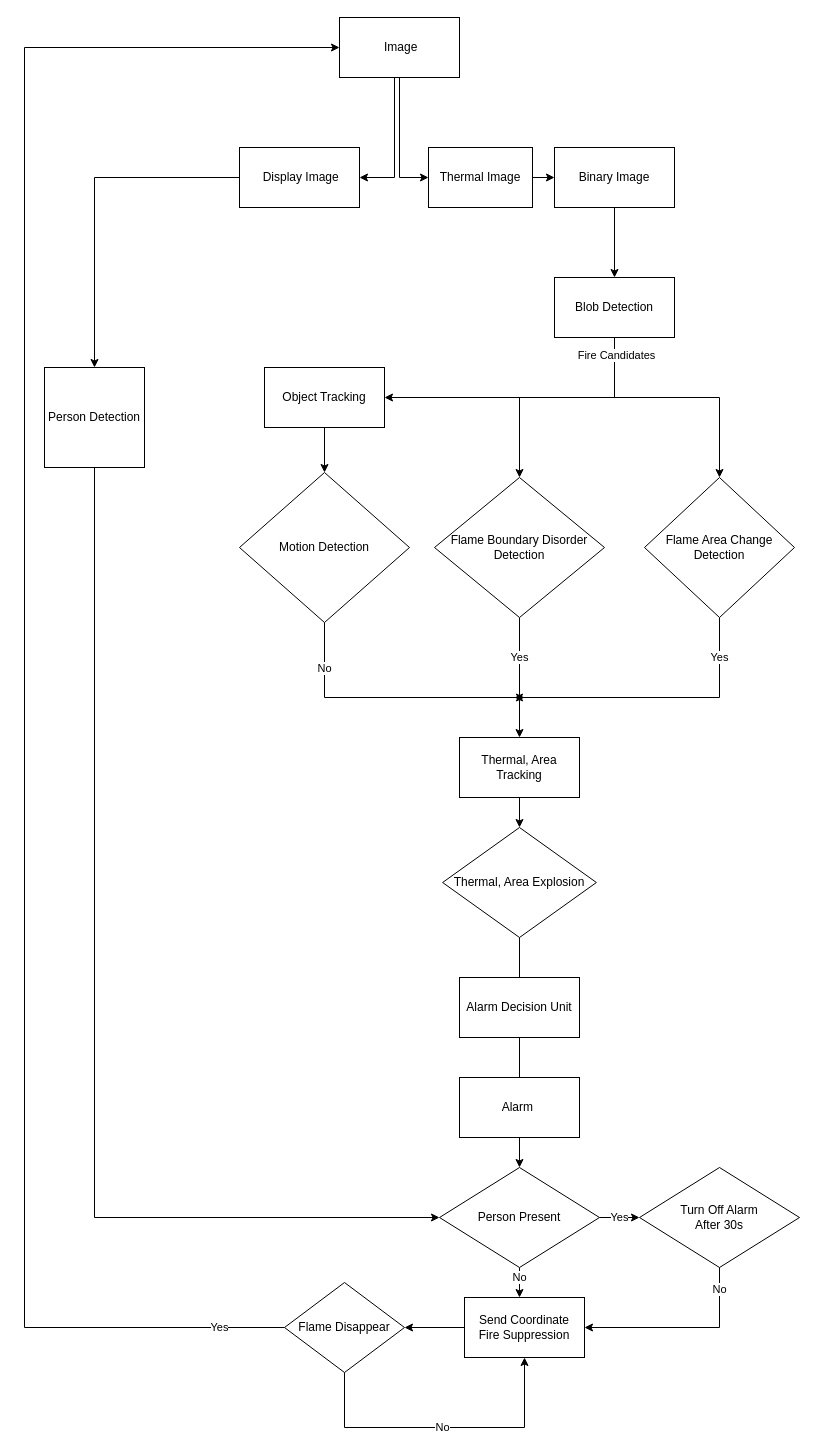
The draw.io diagram Untitled Diagram.drawio in ThanhHoang198/Product-Sorting-System-based-on-Colour-Sensor, before the edit. Source tidied: cells renumbered, new cells numbered last; positions are measured from the earlier drawing's top-left corner, leaving out a move shared by most shapes. Both pictures are drawn from the tidied source at 100%, with x=0, y=0 at pixel (24, 17).
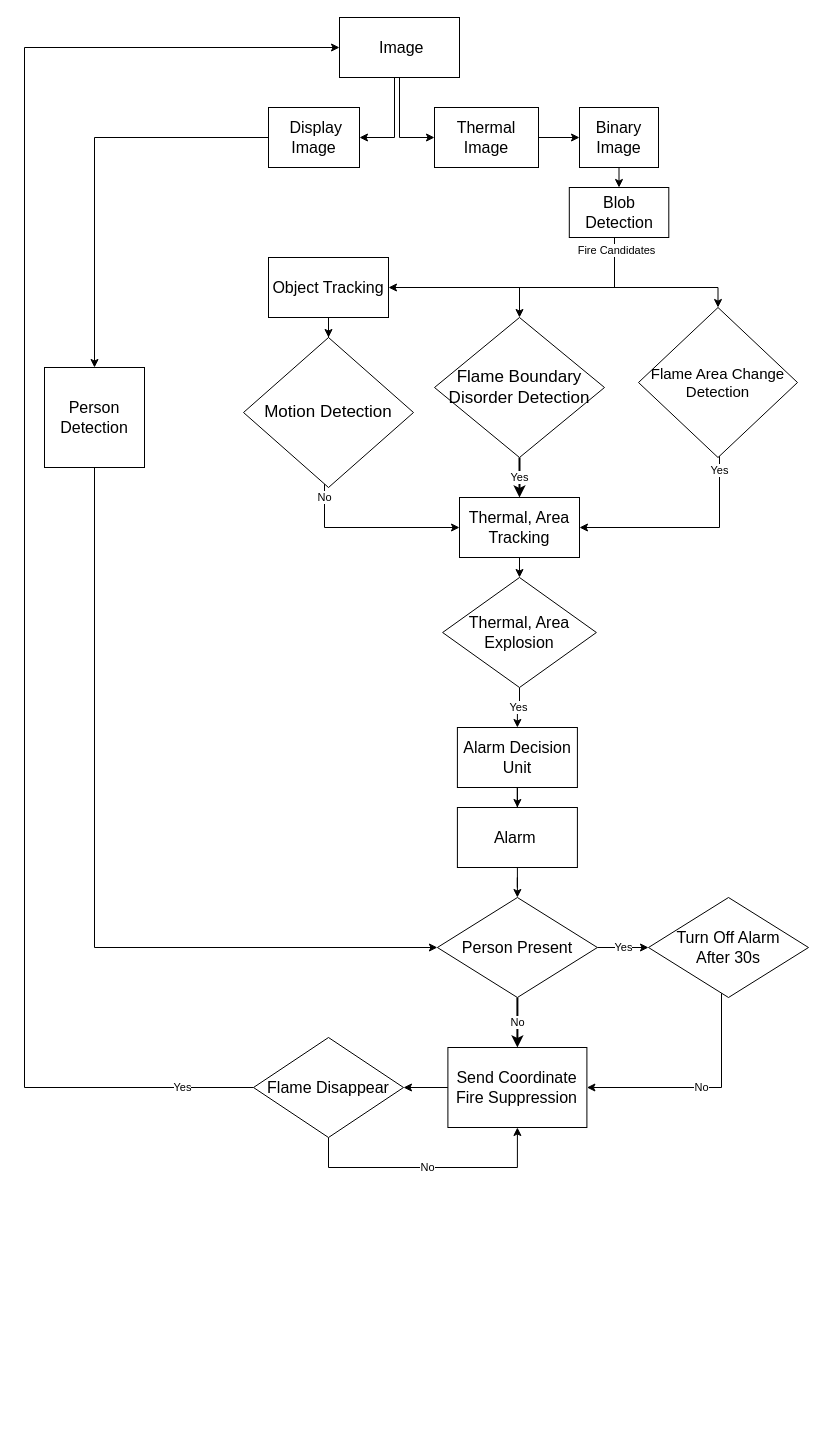
The same diagram, later.

What changed in the source:
```diff
@@
     <mxCell id="2" style="edgeStyle=orthogonalEdgeStyle;rounded=0;jettySize=auto;html=1;entryX=1;entryY=0.5;entryDx=0;entryDy=0;" parent="1" edge="1" source="4" target="38">
       <mxGeometry relative="1" as="geometry">
         <Array as="points">
-          <mxPoint x="370" y="160" />
+          <mxPoint x="370" y="120" />
         </Array>
       </mxGeometry>
     </mxCell>
@@
-    <mxCell id="4" value="&amp;nbsp;Image" style="rounded=0;whiteSpace=wrap;html=1;" parent="1" vertex="1">
+    <mxCell id="4" value="&lt;font style=&quot;font-size: 16px&quot;&gt;&amp;nbsp;Image&lt;/font&gt;" style="rounded=0;whiteSpace=wrap;html=1;" parent="1" vertex="1">
       <mxGeometry x="315" width="120" height="60" as="geometry" />
     </mxCell>
     <mxCell id="5" style="edgeStyle=orthogonalEdgeStyle;rounded=0;jettySize=auto;html=1;entryX=0;entryY=0.5;entryDx=0;entryDy=0;exitX=0.5;exitY=1;exitDx=0;exitDy=0;" parent="1" edge="1" source="28" target="25">
       <mxGeometry x="-0.88" relative="1" as="geometry">
         <Array as="points">
-          <mxPoint x="70" y="1200" />
+          <mxPoint x="70" y="930" />
         </Array>
       </mxGeometry>
     </mxCell>
     <mxCell id="6" style="edgeStyle=orthogonalEdgeStyle;rounded=0;jettySize=auto;html=1;" parent="1" edge="1" source="10" target="12">
       <mxGeometry relative="1" as="geometry">
         <Array as="points">
-          <mxPoint x="590" y="380" />
+          <mxPoint x="590" y="270" />
+          <mxPoint x="300" y="270" />
         </Array>
       </mxGeometry>
     </mxCell>
     <mxCell id="7" style="edgeStyle=orthogonalEdgeStyle;rounded=0;jettySize=auto;html=1;entryX=0.5;entryY=0;entryDx=0;entryDy=0;" parent="1" edge="1" source="10" target="14">
       <mxGeometry relative="1" as="geometry">
         <Array as="points">
-          <mxPoint x="590" y="380" />
-          <mxPoint x="495" y="380" />
+          <mxPoint x="590" y="270" />
+          <mxPoint x="495" y="270" />
         </Array>
       </mxGeometry>
     </mxCell>
     <mxCell id="8" style="edgeStyle=orthogonalEdgeStyle;rounded=0;jettySize=auto;html=1;entryX=0;entryY=0.5;entryDx=0;entryDy=0;" parent="1" edge="1" source="10" target="16">
       <mxGeometry relative="1" as="geometry">
         <Array as="points">
-          <mxPoint x="590" y="380" />
-          <mxPoint x="695" y="380" />
+          <mxPoint x="590" y="270" />
+          <mxPoint x="694" y="270" />
         </Array>
       </mxGeometry>
     </mxCell>
@@
-    <mxCell id="10" value="Blob Detection" style="rounded=0;whiteSpace=wrap;html=1;" parent="1" vertex="1">
-      <mxGeometry x="530" y="260" width="120" height="60" as="geometry" />
+    <mxCell id="10" value="&lt;font style=&quot;font-size: 16px&quot;&gt;Blob Detection&lt;/font&gt;" style="rounded=0;whiteSpace=wrap;html=1;strokeWidth=1;" parent="1" vertex="1">
+      <mxGeometry x="544.8" y="170" width="99.5" height="50" as="geometry" />
     </mxCell>
@@
-    <mxCell id="12" value="Object Tracking" style="rounded=0;whiteSpace=wrap;html=1;" parent="1" vertex="1">
-      <mxGeometry x="240" y="350" width="120" height="60" as="geometry" />
+    <mxCell id="12" value="&lt;font style=&quot;font-size: 16px&quot;&gt;Object Tracking&lt;/font&gt;" style="rounded=0;whiteSpace=wrap;html=1;" parent="1" vertex="1">
+      <mxGeometry x="244" y="240" width="120" height="60" as="geometry" />
     </mxCell>
-    <mxCell id="13" value="Yes" style="edgeStyle=orthogonalEdgeStyle;rounded=0;jettySize=auto;html=1;entryX=0.5;entryY=0;entryDx=0;entryDy=0;" parent="1" edge="1" source="14" target="20">
-      <mxGeometry x="-0.33" relative="1" as="geometry" />
-    </mxCell>
+    <mxCell id="43" value="Yes" style="edgeStyle=orthogonalEdgeStyle;rounded=0;jettySize=auto;html=1;strokeWidth=2;" parent="1" edge="1" source="14" target="20">
+      <mxGeometry relative="1" as="geometry" />
+    </mxCell>
-    <mxCell id="14" value="Flame Boundary Disorder Detection" style="rhombus;whiteSpace=wrap;html=1;" parent="1" vertex="1">
-      <mxGeometry x="410" y="460" width="170" height="140" as="geometry" />
+    <mxCell id="14" value="&lt;font style=&quot;font-size: 17px&quot;&gt;Flame Boundary Disorder Detection&lt;/font&gt;" style="rhombus;whiteSpace=wrap;html=1;strokeWidth=1;" parent="1" vertex="1">
+      <mxGeometry x="410" y="300" width="170" height="140" as="geometry" />
     </mxCell>
-    <mxCell id="15" value="Yes" style="edgeStyle=orthogonalEdgeStyle;rounded=0;jettySize=auto;html=1;" parent="1" edge="1" source="16">
-      <mxGeometry x="-0.73" relative="1" as="geometry">
-        <mxPoint x="500" y="680" as="targetPoint" />
+    <mxCell id="15" value="Yes" style="edgeStyle=orthogonalEdgeStyle;rounded=0;jettySize=auto;html=1;entryX=1;entryY=0.5;entryDx=0;entryDy=0;" parent="1" edge="1" source="16" target="20">
+      <mxGeometry x="-0.87" relative="1" as="geometry">
         <Array as="points">
-          <mxPoint x="695" y="680" />
-          <mxPoint x="490" y="680" />
+          <mxPoint x="695" y="510" />
         </Array>
       </mxGeometry>
     </mxCell>
-    <mxCell id="16" value="Flame Area Change Detection" style="rhombus;whiteSpace=wrap;html=1;direction=south;" parent="1" vertex="1">
-      <mxGeometry x="620" y="460" width="150" height="140" as="geometry" />
+    <mxCell id="16" value="&lt;font style=&quot;font-size: 15px&quot;&gt;Flame Area Change Detection&lt;/font&gt;" style="rhombus;whiteSpace=wrap;html=1;direction=south;" parent="1" vertex="1">
+      <mxGeometry x="614" y="290" width="159" height="150" as="geometry" />
     </mxCell>
-    <mxCell id="17" value="No" style="edgeStyle=orthogonalEdgeStyle;rounded=0;jettySize=auto;html=1;" parent="1" edge="1" source="18">
-      <mxGeometry x="-0.68" relative="1" as="geometry">
-        <mxPoint x="490" y="680" as="targetPoint" />
+    <mxCell id="17" value="No" style="edgeStyle=orthogonalEdgeStyle;rounded=0;jettySize=auto;html=1;entryX=0;entryY=0.5;entryDx=0;entryDy=0;" parent="1" edge="1" source="18" target="20">
+      <mxGeometry x="-0.84" relative="1" as="geometry">
         <Array as="points">
-          <mxPoint x="300" y="680" />
-          <mxPoint x="500" y="680" />
+          <mxPoint x="300" y="510" />
         </Array>
       </mxGeometry>
     </mxCell>
-    <mxCell id="18" value="Motion Detection" style="rhombus;whiteSpace=wrap;html=1;rounded=0;" parent="1" vertex="1">
-      <mxGeometry x="215" y="455" width="170" height="150" as="geometry" />
+    <mxCell id="18" value="&lt;font style=&quot;font-size: 17px&quot;&gt;Motion Detection&lt;/font&gt;" style="rhombus;whiteSpace=wrap;html=1;rounded=0;" parent="1" vertex="1">
+      <mxGeometry x="219" y="320" width="170" height="150" as="geometry" />
     </mxCell>
@@
-    <mxCell id="20" value="Thermal, Area Tracking" style="rounded=0;whiteSpace=wrap;html=1;" parent="1" vertex="1">
-      <mxGeometry x="435" y="720" width="120" height="60" as="geometry" />
+    <mxCell id="20" value="&lt;font style=&quot;font-size: 16px&quot;&gt;Thermal, Area Tracking&lt;/font&gt;" style="rounded=0;whiteSpace=wrap;html=1;" parent="1" vertex="1">
+      <mxGeometry x="435" y="480" width="120" height="60" as="geometry" />
     </mxCell>
-    <mxCell id="21" style="edgeStyle=orthogonalEdgeStyle;rounded=0;jettySize=auto;html=1;entryX=0.5;entryY=0;entryDx=0;entryDy=0;startArrow=none;" parent="1" edge="1" source="26" target="25">
-      <mxGeometry x="-1" y="-80" relative="1" as="geometry">
-        <mxPoint x="80" y="-80" as="offset" />
-      </mxGeometry>
-    </mxCell>
+    <mxCell id="13" value="Yes" style="edgeStyle=orthogonalEdgeStyle;rounded=0;jettySize=auto;html=1;entryX=0.5;entryY=0;entryDx=0;entryDy=0;" parent="1" edge="1" source="22" target="26">
+      <mxGeometry relative="1" as="geometry" />
+    </mxCell>
-    <mxCell id="22" value="Thermal, Area Explosion" style="rhombus;whiteSpace=wrap;html=1;" parent="1" vertex="1">
-      <mxGeometry x="418.1" y="810" width="153.8" height="110" as="geometry" />
+    <mxCell id="22" value="&lt;font style=&quot;font-size: 16px&quot;&gt;Thermal, Area Explosion&lt;/font&gt;" style="rhombus;whiteSpace=wrap;html=1;" parent="1" vertex="1">
+      <mxGeometry x="418.1" y="560" width="153.8" height="110" as="geometry" />
     </mxCell>
-    <mxCell id="23" value="No" style="edgeStyle=orthogonalEdgeStyle;rounded=0;jettySize=auto;html=1;exitX=0.5;exitY=1;exitDx=0;exitDy=0;" parent="1" edge="1" source="25">
-      <mxGeometry x="-0.33" relative="1" as="geometry">
-        <mxPoint x="495" y="1280" as="targetPoint" />
-      </mxGeometry>
-    </mxCell>
@@
+    <mxCell id="44" value="No&lt;br&gt;" style="edgeStyle=orthogonalEdgeStyle;rounded=0;jettySize=auto;html=1;strokeWidth=2;" parent="1" edge="1" source="25" target="30">
+      <mxGeometry relative="1" as="geometry" />
+    </mxCell>
-    <mxCell id="25" value="Person Present" style="rhombus;whiteSpace=wrap;html=1;" parent="1" vertex="1">
-      <mxGeometry x="415" y="1150" width="160" height="100" as="geometry" />
+    <mxCell id="25" value="&lt;font style=&quot;font-size: 16px&quot;&gt;Person Present&lt;/font&gt;" style="rhombus;whiteSpace=wrap;html=1;" parent="1" vertex="1">
+      <mxGeometry x="412.9" y="880" width="160" height="100" as="geometry" />
     </mxCell>
+    <mxCell id="45" style="edgeStyle=orthogonalEdgeStyle;rounded=0;jettySize=auto;html=1;" parent="1" edge="1" source="26" target="33">
+      <mxGeometry relative="1" as="geometry" />
+    </mxCell>
-    <mxCell id="26" value="Alarm Decision Unit" style="whiteSpace=wrap;html=1;" parent="1" vertex="1">
-      <mxGeometry x="435" y="960" width="120" height="60" as="geometry" />
+    <mxCell id="26" value="&lt;font style=&quot;font-size: 16px&quot;&gt;Alarm Decision Unit&lt;/font&gt;" style="whiteSpace=wrap;html=1;" parent="1" vertex="1">
+      <mxGeometry x="432.9" y="710" width="120" height="60" as="geometry" />
     </mxCell>
-    <mxCell id="27" style="edgeStyle=orthogonalEdgeStyle;rounded=0;jettySize=auto;html=1;entryX=0.5;entryY=0;entryDx=0;entryDy=0;endArrow=none;" parent="1" edge="1" source="22" target="26">
-      <mxGeometry relative="1" as="geometry" />
-    </mxCell>
-    <mxCell id="28" value="Person Detection" style="whiteSpace=wrap;html=1;" parent="1" vertex="1">
+    <mxCell id="28" value="&lt;font style=&quot;font-size: 16px&quot;&gt;Person Detection&lt;/font&gt;" style="whiteSpace=wrap;html=1;" parent="1" vertex="1">
       <mxGeometry x="20" y="350" width="100" height="100" as="geometry" />
     </mxCell>
@@
-    <mxCell id="30" value="Send Coordinate&lt;br&gt;Fire Suppression" style="rounded=0;whiteSpace=wrap;html=1;" parent="1" vertex="1">
-      <mxGeometry x="440" y="1280" width="120" height="60" as="geometry" />
+    <mxCell id="30" value="&lt;font style=&quot;font-size: 16px&quot;&gt;Send Coordinate&lt;br&gt;Fire Suppression&lt;/font&gt;" style="rounded=0;whiteSpace=wrap;html=1;" parent="1" vertex="1">
+      <mxGeometry x="423.4" y="1030" width="139" height="80" as="geometry" />
     </mxCell>
-    <mxCell id="31" value="No" style="edgeStyle=orthogonalEdgeStyle;rounded=0;jettySize=auto;html=1;entryX=1;entryY=0.5;entryDx=0;entryDy=0;" parent="1" edge="1" target="30">
-      <mxGeometry x="-0.69" relative="1" as="geometry">
-        <mxPoint x="695" y="1240" as="sourcePoint" />
-        <Array as="points">
-          <mxPoint x="695" y="1310" />
-        </Array>
-      </mxGeometry>
-    </mxCell>
+    <mxCell id="46" value="No&lt;br&gt;" style="edgeStyle=orthogonalEdgeStyle;rounded=0;jettySize=auto;html=1;entryX=1;entryY=0.5;entryDx=0;entryDy=0;" parent="1" edge="1" source="32" target="30">
+      <mxGeometry relative="1" as="geometry">
+        <Array as="points">
+          <mxPoint x="697" y="1070" />
+        </Array>
+      </mxGeometry>
+    </mxCell>
-    <mxCell id="32" value="Turn Off Alarm&lt;br&gt;After 30s" style="rhombus;whiteSpace=wrap;html=1;" parent="1" vertex="1">
-      <mxGeometry x="615" y="1150" width="160" height="100" as="geometry" />
+    <mxCell id="32" value="&lt;font style=&quot;font-size: 16px&quot;&gt;&lt;font style=&quot;font-size: 16px&quot;&gt;Turn Off Alarm&lt;br&gt;&lt;/font&gt;After 30s&lt;/font&gt;" style="rhombus;whiteSpace=wrap;html=1;" parent="1" vertex="1">
+      <mxGeometry x="624" y="880" width="160" height="100" as="geometry" />
     </mxCell>
+    <mxCell id="47" style="edgeStyle=orthogonalEdgeStyle;rounded=0;jettySize=auto;html=1;" parent="1" edge="1" source="33" target="25">
+      <mxGeometry relative="1" as="geometry" />
+    </mxCell>
-    <mxCell id="33" value="Alarm&amp;nbsp;" style="whiteSpace=wrap;html=1;" parent="1" vertex="1">
-      <mxGeometry x="435" y="1060" width="120" height="60" as="geometry" />
+    <mxCell id="33" value="&lt;font style=&quot;font-size: 16px&quot;&gt;Alarm&amp;nbsp;&lt;/font&gt;" style="whiteSpace=wrap;html=1;" parent="1" vertex="1">
+      <mxGeometry x="432.9" y="790" width="120" height="60" as="geometry" />
     </mxCell>
     <mxCell id="34" value="No&lt;br&gt;" style="edgeStyle=orthogonalEdgeStyle;rounded=0;jettySize=auto;html=1;exitX=0.5;exitY=1;exitDx=0;exitDy=0;entryX=0.5;entryY=1;entryDx=0;entryDy=0;" parent="1" edge="1" source="36" target="30">
       <mxGeometry relative="1" as="geometry">
         <Array as="points">
-          <mxPoint x="320" y="1410" />
-          <mxPoint x="500" y="1410" />
+          <mxPoint x="304" y="1150" />
+          <mxPoint x="493" y="1150" />
         </Array>
       </mxGeometry>
     </mxCell>
     <mxCell id="35" value="Yes" style="edgeStyle=orthogonalEdgeStyle;rounded=0;jettySize=auto;html=1;entryX=0;entryY=0.5;entryDx=0;entryDy=0;" parent="1" edge="1" source="36" target="4">
-      <mxGeometry x="-0.93" relative="1" as="geometry">
+      <mxGeometry x="-0.91" relative="1" as="geometry">
         <Array as="points">
-          <mxPoint y="1310" />
+          <mxPoint y="1070" />
           <mxPoint y="30" />
         </Array>
       </mxGeometry>
     </mxCell>
-    <mxCell id="36" value="Flame Disappear" style="rhombus;whiteSpace=wrap;html=1;rounded=0;" parent="1" vertex="1">
-      <mxGeometry x="260" y="1265" width="120" height="90" as="geometry" />
+    <mxCell id="36" value="&lt;font style=&quot;font-size: 16px&quot;&gt;Flame Disappear&lt;/font&gt;" style="rhombus;whiteSpace=wrap;html=1;rounded=0;" parent="1" vertex="1">
+      <mxGeometry x="229" y="1020" width="150" height="100" as="geometry" />
     </mxCell>
@@
-    <mxCell id="38" value="&amp;nbsp;Display Image" style="rounded=0;whiteSpace=wrap;html=1;" parent="1" vertex="1">
-      <mxGeometry x="215" y="130" width="120" height="60" as="geometry" />
+    <mxCell id="38" value="&lt;font style=&quot;font-size: 16px&quot;&gt;&amp;nbsp;Display Image&lt;/font&gt;" style="rounded=0;whiteSpace=wrap;html=1;" parent="1" vertex="1">
+      <mxGeometry x="244" y="90" width="91" height="60" as="geometry" />
     </mxCell>
@@
-    <mxCell id="40" value="Thermal Image" style="rounded=0;whiteSpace=wrap;html=1;" parent="1" vertex="1">
-      <mxGeometry x="404" y="130" width="104" height="60" as="geometry" />
+    <mxCell id="40" value="&lt;font style=&quot;font-size: 16px&quot;&gt;Thermal Image&lt;/font&gt;" style="rounded=0;whiteSpace=wrap;html=1;" parent="1" vertex="1">
+      <mxGeometry x="410" y="90" width="104" height="60" as="geometry" />
     </mxCell>
@@
-    <mxCell id="42" value="Binary Image" style="whiteSpace=wrap;html=1;rounded=0;" parent="1" vertex="1">
-      <mxGeometry x="530" y="130" width="120" height="60" as="geometry" />
+    <mxCell id="42" value="&lt;font style=&quot;font-size: 16px&quot;&gt;Binary Image&lt;/font&gt;" style="whiteSpace=wrap;html=1;rounded=0;" parent="1" vertex="1">
+      <mxGeometry x="555" y="90" width="79" height="60" as="geometry" />
     </mxCell>
```
